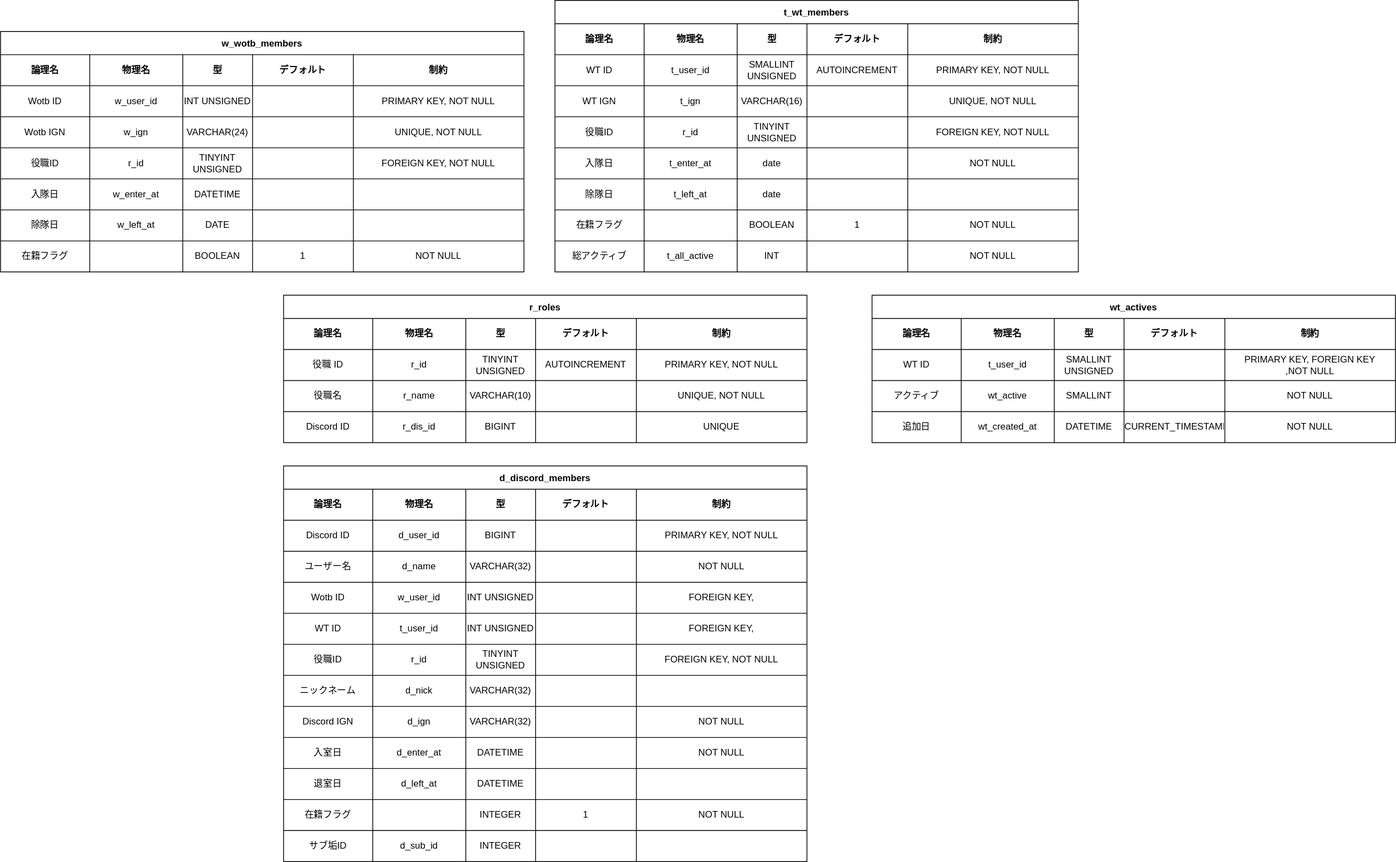
otazero/ClanManagementDiscordBot keeps this draw.io diagram as doc/DB-Butsuri.drawio.svg. Above is the earlier version. Source tidied: cells renumbered, new cells last; positions are measured from the earlier drawing's top-left corner, leaving out a move shared by most shapes.
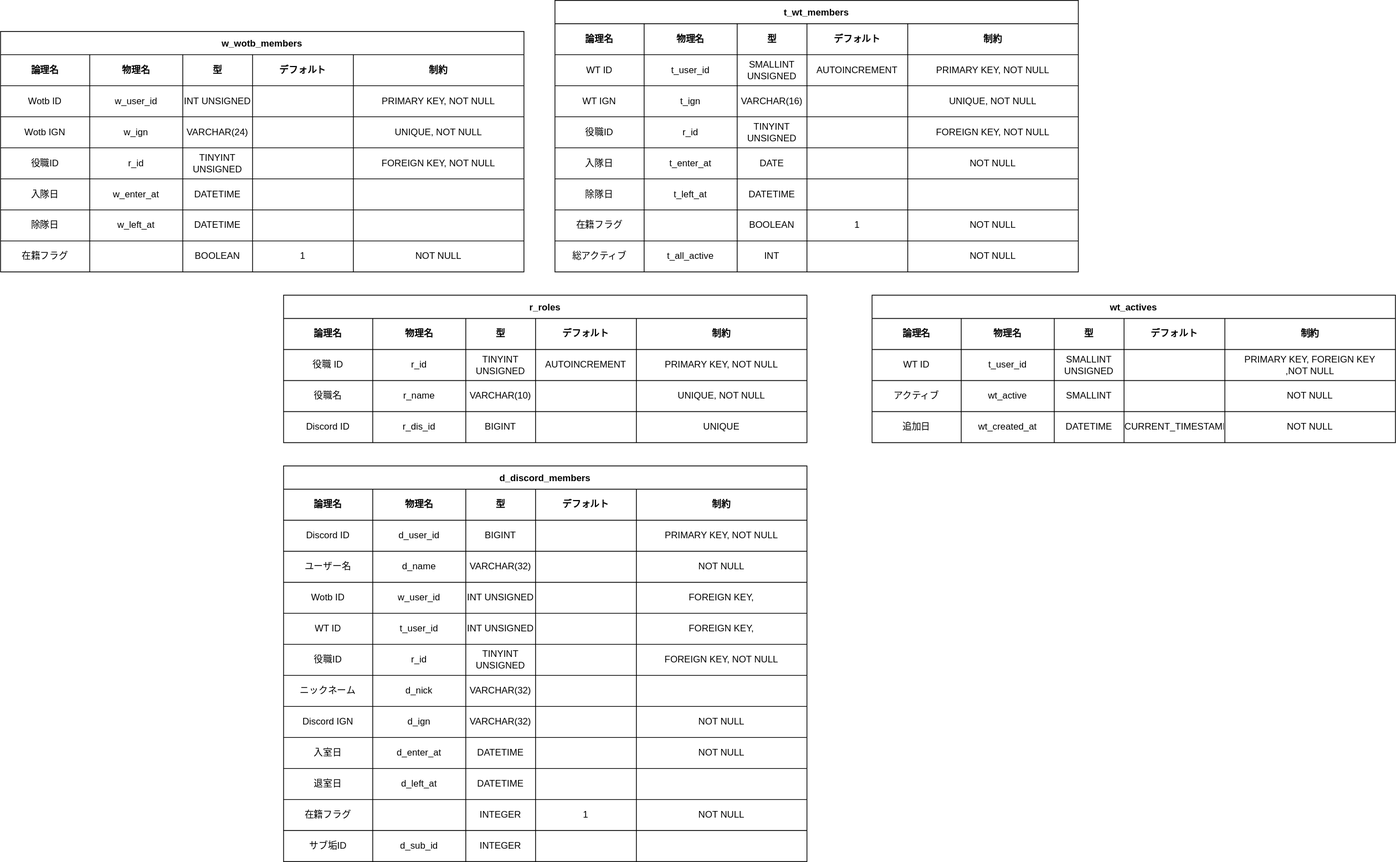
Above is the later version.

Commit message:
多分日付型変えた

What changed in the source:
```diff
@@ -107,7 +107,7 @@
     <mxCell id="36" value="w_left_at" style="shape=partialRectangle;html=1;whiteSpace=wrap;fillColor=none;top=0;left=0;bottom=0;right=0;overflow=hidden;" parent="34" vertex="1">
       <mxGeometry x="115" width="120" height="40" as="geometry" />
     </mxCell>
-    <mxCell id="37" value="DATE" style="shape=partialRectangle;html=1;whiteSpace=wrap;fillColor=none;top=0;left=0;bottom=0;right=0;overflow=hidden;" parent="34" vertex="1">
+    <mxCell id="37" value="DATETIME" style="shape=partialRectangle;html=1;whiteSpace=wrap;fillColor=none;top=0;left=0;bottom=0;right=0;overflow=hidden;" parent="34" vertex="1">
       <mxGeometry x="235" width="90" height="40" as="geometry" />
     </mxCell>
     <mxCell id="38" style="shape=partialRectangle;html=1;whiteSpace=wrap;fillColor=none;top=0;left=0;bottom=0;right=0;overflow=hidden;" parent="34" vertex="1">
@@ -230,7 +230,7 @@
     <mxCell id="77" value="t_enter_at" style="shape=partialRectangle;html=1;whiteSpace=wrap;fillColor=none;top=0;left=0;bottom=0;right=0;overflow=hidden;" parent="75" vertex="1">
       <mxGeometry x="115" width="120" height="40" as="geometry" />
     </mxCell>
-    <mxCell id="78" value="date" style="shape=partialRectangle;html=1;whiteSpace=wrap;fillColor=none;top=0;left=0;bottom=0;right=0;overflow=hidden;" parent="75" vertex="1">
+    <mxCell id="78" value="DATE" style="shape=partialRectangle;html=1;whiteSpace=wrap;fillColor=none;top=0;left=0;bottom=0;right=0;overflow=hidden;" parent="75" vertex="1">
       <mxGeometry x="235" width="90" height="40" as="geometry" />
     </mxCell>
     <mxCell id="79" style="shape=partialRectangle;html=1;whiteSpace=wrap;fillColor=none;top=0;left=0;bottom=0;right=0;overflow=hidden;" parent="75" vertex="1">
@@ -248,7 +248,7 @@
     <mxCell id="83" value="t_left_at" style="shape=partialRectangle;html=1;whiteSpace=wrap;fillColor=none;top=0;left=0;bottom=0;right=0;overflow=hidden;" parent="81" vertex="1">
       <mxGeometry x="115" width="120" height="40" as="geometry" />
     </mxCell>
-    <mxCell id="84" value="date" style="shape=partialRectangle;html=1;whiteSpace=wrap;fillColor=none;top=0;left=0;bottom=0;right=0;overflow=hidden;" parent="81" vertex="1">
+    <mxCell id="84" value="DATETIME" style="shape=partialRectangle;html=1;whiteSpace=wrap;fillColor=none;top=0;left=0;bottom=0;right=0;overflow=hidden;" parent="81" vertex="1">
       <mxGeometry x="235" width="90" height="40" as="geometry" />
     </mxCell>
     <mxCell id="85" style="shape=partialRectangle;html=1;whiteSpace=wrap;fillColor=none;top=0;left=0;bottom=0;right=0;overflow=hidden;" parent="81" vertex="1">
```
